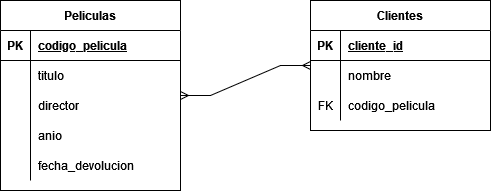
Al-Sagredo/Normalizacion keeps this draw.io diagram as 1FN.png. Above is the earlier version. Source tidied: cells renumbered, new cells last; positions are measured from the earlier drawing's top-left corner, leaving out a move shared by most shapes.
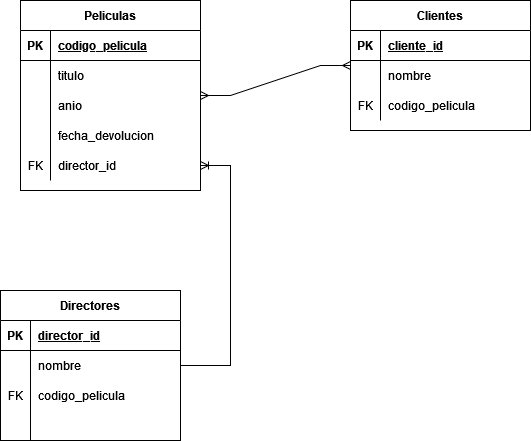
Later version of the same file.

Diff of the diagram source:
```diff
@@ -23,17 +23,8 @@
     <mxCell id="8" value="titulo" style="shape=partialRectangle;fillColor=none;top=0;left=0;bottom=0;right=0;align=left;spacingLeft=6;overflow=hidden;" parent="6" vertex="1">
       <mxGeometry x="30" width="150" height="30" as="geometry" />
     </mxCell>
-    <mxCell id="9" style="shape=tableRow;horizontal=0;startSize=0;swimlaneHead=0;swimlaneBody=0;fillColor=none;top=0;left=0;right=0;bottom=0;" parent="2" vertex="1">
-      <mxGeometry y="90" width="180" height="30" as="geometry" />
-    </mxCell>
-    <mxCell id="10" style="shape=partialRectangle;fillColor=none;top=0;left=0;bottom=0;right=0;overflow=hidden;" parent="9" vertex="1">
-      <mxGeometry width="30" height="30" as="geometry" />
-    </mxCell>
-    <mxCell id="11" value="director" style="shape=partialRectangle;fillColor=none;top=0;left=0;bottom=0;right=0;align=left;spacingLeft=6;overflow=hidden;" parent="9" vertex="1">
-      <mxGeometry x="30" width="150" height="30" as="geometry" />
-    </mxCell>
     <mxCell id="12" style="shape=tableRow;horizontal=0;startSize=0;swimlaneHead=0;swimlaneBody=0;fillColor=none;top=0;left=0;right=0;bottom=0;" parent="2" vertex="1">
-      <mxGeometry y="120" width="180" height="30" as="geometry" />
+      <mxGeometry y="90" width="180" height="30" as="geometry" />
     </mxCell>
     <mxCell id="13" style="shape=partialRectangle;fillColor=none;top=0;left=0;bottom=0;right=0;overflow=hidden;" parent="12" vertex="1">
       <mxGeometry width="30" height="30" as="geometry" />
@@ -42,7 +33,7 @@
       <mxGeometry x="30" width="150" height="30" as="geometry" />
     </mxCell>
     <mxCell id="15" style="shape=tableRow;horizontal=0;startSize=0;swimlaneHead=0;swimlaneBody=0;fillColor=none;top=0;left=0;right=0;bottom=0;" parent="2" vertex="1">
-      <mxGeometry y="150" width="180" height="30" as="geometry" />
+      <mxGeometry y="120" width="180" height="30" as="geometry" />
     </mxCell>
     <mxCell id="16" style="shape=partialRectangle;fillColor=none;top=0;left=0;bottom=0;right=0;overflow=hidden;" parent="15" vertex="1">
       <mxGeometry width="30" height="30" as="geometry" />
@@ -50,8 +41,17 @@
     <mxCell id="17" value="fecha_devolucion" style="shape=partialRectangle;fillColor=none;top=0;left=0;bottom=0;right=0;align=left;spacingLeft=6;overflow=hidden;" parent="15" vertex="1">
       <mxGeometry x="30" width="150" height="30" as="geometry" />
     </mxCell>
+    <mxCell id="29" style="shape=tableRow;horizontal=0;startSize=0;swimlaneHead=0;swimlaneBody=0;fillColor=none;points=[[0,0.5],[1,0.5]];portConstraint=eastwest;top=0;left=0;right=0;bottom=0;" parent="2" vertex="1">
+      <mxGeometry y="150" width="180" height="30" as="geometry" />
+    </mxCell>
+    <mxCell id="30" value="FK" style="shape=partialRectangle;fillColor=none;top=0;left=0;bottom=0;right=0;fontStyle=0;overflow=hidden;" parent="29" vertex="1">
+      <mxGeometry width="30" height="30" as="geometry" />
+    </mxCell>
+    <mxCell id="31" value="director_id" style="shape=partialRectangle;fillColor=none;top=0;left=0;bottom=0;right=0;align=left;spacingLeft=6;fontStyle=0;overflow=hidden;" parent="29" vertex="1">
+      <mxGeometry x="30" width="150" height="30" as="geometry" />
+    </mxCell>
     <mxCell id="18" value="Clientes" style="shape=table;startSize=30;rowLines=0;fontStyle=1;align=center;" parent="1" vertex="1">
-      <mxGeometry x="310" width="180" height="130" as="geometry" />
+      <mxGeometry x="330" width="180" height="130" as="geometry" />
     </mxCell>
     <mxCell id="19" style="shape=tableRow;horizontal=0;startSize=0;swimlaneHead=0;swimlaneBody=0;fillColor=none;top=0;left=0;right=0;bottom=1;" parent="18" vertex="1">
       <mxGeometry y="30" width="180" height="30" as="geometry" />
@@ -83,5 +83,47 @@
     <mxCell id="28" style="edgeStyle=entityRelationEdgeStyle;fontSize=12;html=1;endArrow=ERmany;startArrow=ERmany;rounded=0;" parent="1" edge="1" source="2" target="18">
       <mxGeometry relative="1" as="geometry" />
     </mxCell>
+    <mxCell id="32" value="Directores" style="shape=table;startSize=30;rowLines=0;fontStyle=1;align=center;" parent="1" vertex="1">
+      <mxGeometry x="-20" y="290" width="180" height="150" as="geometry" />
+    </mxCell>
+    <mxCell id="33" style="shape=tableRow;horizontal=0;startSize=0;swimlaneHead=0;swimlaneBody=0;fillColor=none;top=0;left=0;right=0;bottom=1;" parent="32" vertex="1">
+      <mxGeometry y="30" width="180" height="30" as="geometry" />
+    </mxCell>
+    <mxCell id="34" value="PK" style="shape=partialRectangle;fillColor=none;top=0;left=0;bottom=0;right=0;fontStyle=1;overflow=hidden;" parent="33" vertex="1">
+      <mxGeometry width="30" height="30" as="geometry" />
+    </mxCell>
+    <mxCell id="35" value="director_id" style="shape=partialRectangle;fillColor=none;top=0;left=0;bottom=0;right=0;align=left;spacingLeft=6;fontStyle=5;overflow=hidden;" parent="33" vertex="1">
+      <mxGeometry x="30" width="150" height="30" as="geometry" />
+    </mxCell>
+    <mxCell id="36" style="shape=tableRow;horizontal=0;startSize=0;swimlaneHead=0;swimlaneBody=0;fillColor=none;top=0;left=0;right=0;bottom=0;" parent="32" vertex="1">
+      <mxGeometry y="60" width="180" height="30" as="geometry" />
+    </mxCell>
+    <mxCell id="37" style="shape=partialRectangle;fillColor=none;top=0;left=0;bottom=0;right=0;overflow=hidden;" parent="36" vertex="1">
+      <mxGeometry width="30" height="30" as="geometry" />
+    </mxCell>
+    <mxCell id="38" value="nombre" style="shape=partialRectangle;fillColor=none;top=0;left=0;bottom=0;right=0;align=left;spacingLeft=6;overflow=hidden;" parent="36" vertex="1">
+      <mxGeometry x="30" width="150" height="30" as="geometry" />
+    </mxCell>
+    <mxCell id="9" style="shape=tableRow;horizontal=0;startSize=0;swimlaneHead=0;swimlaneBody=0;fillColor=none;top=0;left=0;right=0;bottom=0;" parent="32" vertex="1">
+      <mxGeometry y="90" width="180" height="30" as="geometry" />
+    </mxCell>
+    <mxCell id="39" value="FK" style="shape=partialRectangle;fillColor=none;top=0;left=0;bottom=0;right=0;fontStyle=0;overflow=hidden;" parent="9" vertex="1">
+      <mxGeometry width="30" height="30" as="geometry" />
+    </mxCell>
+    <mxCell id="40" value="codigo_pelicula" style="shape=partialRectangle;fillColor=none;top=0;left=0;bottom=0;right=0;align=left;spacingLeft=6;fontStyle=0;overflow=hidden;" parent="9" vertex="1">
+      <mxGeometry x="30" width="150" height="30" as="geometry" />
+    </mxCell>
+    <mxCell id="41" style="shape=tableRow;horizontal=0;startSize=0;swimlaneHead=0;swimlaneBody=0;fillColor=none;top=0;left=0;right=0;bottom=0;" parent="32" vertex="1">
+      <mxGeometry y="120" width="180" height="30" as="geometry" />
+    </mxCell>
+    <mxCell id="42" style="shape=partialRectangle;fillColor=none;top=0;left=0;bottom=0;right=0;overflow=hidden;" parent="41" vertex="1">
+      <mxGeometry width="30" height="30" as="geometry" />
+    </mxCell>
+    <mxCell id="43" style="shape=partialRectangle;fillColor=none;top=0;left=0;bottom=0;right=0;align=left;spacingLeft=6;overflow=hidden;" parent="41" vertex="1">
+      <mxGeometry x="30" width="150" height="30" as="geometry" />
+    </mxCell>
+    <mxCell id="44" style="edgeStyle=entityRelationEdgeStyle;fontSize=12;html=1;endArrow=ERoneToMany;rounded=0;" parent="1" edge="1" source="32" target="29">
+      <mxGeometry relative="1" as="geometry" />
+    </mxCell>
   </root>
 </mxGraphModel>
```
